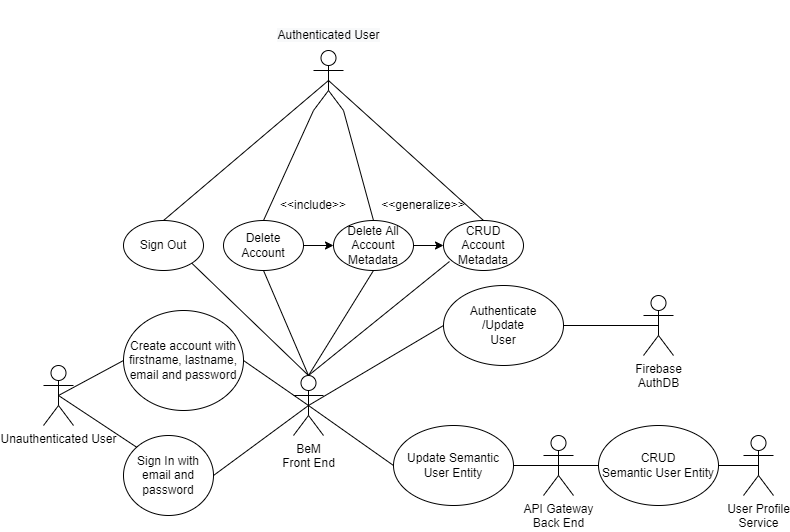
Earlier version of the draw.io export final-deliverables/diagrams/use_case/user_authentication.png (Elaech/Wade-BeM). Source tidied: cells renumbered, new cells last; positions are measured from the earlier drawing's top-left corner, leaving out a move shared by most shapes. The source it was exported from:
```xml
<mxGraphModel>
  <root>
    <mxCell id="0" />
    <mxCell id="1" parent="0" />
    <mxCell id="2" value="Unauthenticated User" style="shape=umlActor;verticalLabelPosition=bottom;verticalAlign=top;html=1;outlineConnect=0;" parent="1" vertex="1">
      <mxGeometry y="345" width="30" height="60" as="geometry" />
    </mxCell>
    <mxCell id="3" value="BeM&lt;br&gt;Front End" style="shape=umlActor;verticalLabelPosition=bottom;verticalAlign=top;html=1;outlineConnect=0;" parent="1" vertex="1">
      <mxGeometry x="250" y="355" width="30" height="60" as="geometry" />
    </mxCell>
    <mxCell id="4" value="User Profile&lt;br&gt;Service" style="shape=umlActor;verticalLabelPosition=bottom;verticalAlign=top;html=1;outlineConnect=0;" parent="1" vertex="1">
      <mxGeometry x="700" y="415" width="30" height="60" as="geometry" />
    </mxCell>
    <mxCell id="5" value="Create account with firstname, lastname, email and password" style="ellipse;whiteSpace=wrap;html=1;" parent="1" vertex="1">
      <mxGeometry x="80" y="290" width="120" height="100" as="geometry" />
    </mxCell>
    <mxCell id="6" style="endArrow=none;html=1;rounded=0;strokeColor=default;exitX=0.5;exitY=0.5;exitDx=0;exitDy=0;exitPerimeter=0;entryX=0;entryY=0.5;entryDx=0;entryDy=0;" parent="1" edge="1" source="2" target="5">
      <mxGeometry relative="1" as="geometry" />
    </mxCell>
    <mxCell id="7" value="Authenticate&lt;br&gt;/Update&lt;br&gt;User" style="ellipse;whiteSpace=wrap;html=1;" parent="1" vertex="1">
      <mxGeometry x="400" y="265" width="120" height="80" as="geometry" />
    </mxCell>
    <mxCell id="8" style="endArrow=none;html=1;rounded=0;strokeColor=default;exitX=0.5;exitY=0.5;exitDx=0;exitDy=0;entryX=1;entryY=0.5;entryDx=0;entryDy=0;exitPerimeter=0;" parent="1" edge="1" source="3" target="5">
      <mxGeometry relative="1" as="geometry" />
    </mxCell>
    <mxCell id="9" value="CRUD&lt;br&gt;Semantic User Entity" style="ellipse;whiteSpace=wrap;html=1;" parent="1" vertex="1">
      <mxGeometry x="555" y="405" width="120" height="80" as="geometry" />
    </mxCell>
    <mxCell id="10" style="endArrow=none;html=1;rounded=0;strokeColor=default;exitX=0;exitY=0.5;exitDx=0;exitDy=0;entryX=0.5;entryY=0.5;entryDx=0;entryDy=0;entryPerimeter=0;" parent="1" edge="1" source="9" target="33">
      <mxGeometry relative="1" as="geometry" />
    </mxCell>
    <mxCell id="11" style="endArrow=none;html=1;rounded=0;strokeColor=default;exitX=0.5;exitY=0.5;exitDx=0;exitDy=0;entryX=1;entryY=0.5;entryDx=0;entryDy=0;exitPerimeter=0;" parent="1" edge="1" source="4" target="9">
      <mxGeometry relative="1" as="geometry" />
    </mxCell>
    <mxCell id="12" value="Sign In with email and password" style="ellipse;whiteSpace=wrap;html=1;" parent="1" vertex="1">
      <mxGeometry x="80" y="415" width="90" height="80" as="geometry" />
    </mxCell>
    <mxCell id="13" style="endArrow=none;html=1;rounded=0;strokeColor=default;exitX=0.5;exitY=0.5;exitDx=0;exitDy=0;exitPerimeter=0;entryX=0;entryY=0;entryDx=0;entryDy=0;" parent="1" edge="1" source="2" target="12">
      <mxGeometry relative="1" as="geometry" />
    </mxCell>
    <mxCell id="14" style="endArrow=none;html=1;rounded=0;strokeColor=default;exitX=1;exitY=0.5;exitDx=0;exitDy=0;entryX=0.5;entryY=0.5;entryDx=0;entryDy=0;entryPerimeter=0;" parent="1" edge="1" source="12" target="3">
      <mxGeometry relative="1" as="geometry" />
    </mxCell>
    <mxCell id="15" style="endArrow=none;html=1;rounded=0;strokeColor=default;exitX=0;exitY=0.5;exitDx=0;exitDy=0;entryX=0.5;entryY=0.5;entryDx=0;entryDy=0;entryPerimeter=0;" parent="1" edge="1" source="7" target="3">
      <mxGeometry relative="1" as="geometry" />
    </mxCell>
    <mxCell id="16" value="Firebase&lt;br&gt;AuthDB" style="shape=umlActor;verticalLabelPosition=bottom;verticalAlign=top;html=1;outlineConnect=0;" parent="1" vertex="1">
      <mxGeometry x="600" y="275" width="30" height="60" as="geometry" />
    </mxCell>
    <mxCell id="17" style="endArrow=none;html=1;rounded=0;entryX=0.5;entryY=0.5;entryDx=0;entryDy=0;entryPerimeter=0;exitX=1;exitY=0.5;exitDx=0;exitDy=0;" parent="1" edge="1" source="7" target="16">
      <mxGeometry relative="1" as="geometry" />
    </mxCell>
    <mxCell id="18" style="shape=umlActor;verticalLabelPosition=bottom;verticalAlign=top;html=1;outlineConnect=0;" parent="1" vertex="1">
      <mxGeometry x="270" y="30" width="30" height="60" as="geometry" />
    </mxCell>
    <mxCell id="19" style="edgeStyle=orthogonalEdgeStyle;rounded=0;jettySize=auto;html=1;entryX=0;entryY=0.5;entryDx=0;entryDy=0;" parent="1" edge="1" source="20" target="37">
      <mxGeometry relative="1" as="geometry" />
    </mxCell>
    <mxCell id="20" value="Delete Account" style="ellipse;whiteSpace=wrap;html=1;" parent="1" vertex="1">
      <mxGeometry x="180" y="200" width="80" height="50" as="geometry" />
    </mxCell>
    <mxCell id="21" style="edgeStyle=orthogonalEdgeStyle;rounded=0;jettySize=auto;html=1;entryX=0;entryY=0.5;entryDx=0;entryDy=0;" parent="1" edge="1" source="37" target="22">
      <mxGeometry relative="1" as="geometry" />
    </mxCell>
    <mxCell id="22" value="CRUD Account&lt;br&gt;Metadata" style="ellipse;whiteSpace=wrap;html=1;" parent="1" vertex="1">
      <mxGeometry x="400" y="200" width="80" height="50" as="geometry" />
    </mxCell>
    <mxCell id="23" value="Sign Out" style="ellipse;whiteSpace=wrap;html=1;" parent="1" vertex="1">
      <mxGeometry x="80" y="200" width="80" height="50" as="geometry" />
    </mxCell>
    <mxCell id="24" value="&amp;lt;&amp;lt;include&amp;gt;&amp;gt;" style="text;html=1;strokeColor=none;fillColor=none;align=center;verticalAlign=middle;whiteSpace=wrap;rounded=0;" parent="1" vertex="1">
      <mxGeometry x="240" y="170" width="60" height="30" as="geometry" />
    </mxCell>
    <mxCell id="25" value="&amp;lt;&amp;lt;generalize&amp;gt;&amp;gt;" style="text;html=1;strokeColor=none;fillColor=none;align=center;verticalAlign=middle;whiteSpace=wrap;rounded=0;" parent="1" vertex="1">
      <mxGeometry x="350" y="170" width="60" height="30" as="geometry" />
    </mxCell>
    <mxCell id="26" style="endArrow=none;html=1;rounded=0;entryX=1;entryY=1;entryDx=0;entryDy=0;entryPerimeter=0;exitX=0.5;exitY=0;exitDx=0;exitDy=0;" parent="1" edge="1" source="37" target="18">
      <mxGeometry relative="1" as="geometry" />
    </mxCell>
    <mxCell id="27" style="endArrow=none;html=1;rounded=0;entryX=0.5;entryY=0.5;entryDx=0;entryDy=0;entryPerimeter=0;exitX=0.5;exitY=0;exitDx=0;exitDy=0;" parent="1" edge="1" source="22" target="18">
      <mxGeometry relative="1" as="geometry" />
    </mxCell>
    <mxCell id="28" style="endArrow=none;html=1;rounded=0;entryX=0;entryY=1;entryDx=0;entryDy=0;entryPerimeter=0;exitX=0.5;exitY=0;exitDx=0;exitDy=0;" parent="1" edge="1" source="20" target="18">
      <mxGeometry relative="1" as="geometry" />
    </mxCell>
    <mxCell id="29" style="endArrow=none;html=1;rounded=0;entryX=0.5;entryY=0.5;entryDx=0;entryDy=0;entryPerimeter=0;exitX=0.5;exitY=0;exitDx=0;exitDy=0;" parent="1" edge="1" source="23" target="18">
      <mxGeometry relative="1" as="geometry" />
    </mxCell>
    <mxCell id="30" value="&#10;&#10;&lt;span style=&quot;color: rgb(0, 0, 0); font-family: helvetica; font-size: 12px; font-style: normal; font-weight: 400; letter-spacing: normal; text-align: center; text-indent: 0px; text-transform: none; word-spacing: 0px; background-color: rgb(248, 249, 250); display: inline; float: none;&quot;&gt;Authenticated User&lt;/span&gt;&#10;&#10;" style="text;html=1;strokeColor=none;fillColor=none;align=center;verticalAlign=middle;whiteSpace=wrap;rounded=0;" parent="1" vertex="1">
      <mxGeometry x="232.5" width="105" height="30" as="geometry" />
    </mxCell>
    <mxCell id="31" style="endArrow=none;html=1;rounded=0;entryX=0.5;entryY=1;entryDx=0;entryDy=0;exitX=0.5;exitY=0;exitDx=0;exitDy=0;exitPerimeter=0;" parent="1" edge="1" source="3" target="20">
      <mxGeometry relative="1" as="geometry" />
    </mxCell>
    <mxCell id="32" style="endArrow=none;html=1;rounded=0;entryX=1;entryY=1;entryDx=0;entryDy=0;exitX=0.5;exitY=0;exitDx=0;exitDy=0;exitPerimeter=0;" parent="1" edge="1" source="3" target="23">
      <mxGeometry relative="1" as="geometry" />
    </mxCell>
    <mxCell id="33" value="API Gateway&lt;br&gt;Back End" style="shape=umlActor;verticalLabelPosition=bottom;verticalAlign=top;html=1;outlineConnect=0;" parent="1" vertex="1">
      <mxGeometry x="500" y="415" width="30" height="60" as="geometry" />
    </mxCell>
    <mxCell id="34" value="Update Semantic&lt;br&gt;User Entity" style="ellipse;whiteSpace=wrap;html=1;" parent="1" vertex="1">
      <mxGeometry x="350" y="405" width="120" height="80" as="geometry" />
    </mxCell>
    <mxCell id="35" style="endArrow=none;html=1;rounded=0;strokeColor=default;exitX=0;exitY=0.5;exitDx=0;exitDy=0;entryX=0.5;entryY=0.5;entryDx=0;entryDy=0;entryPerimeter=0;" parent="1" edge="1" source="34" target="3">
      <mxGeometry relative="1" as="geometry" />
    </mxCell>
    <mxCell id="36" style="endArrow=none;html=1;rounded=0;strokeColor=default;exitX=1;exitY=0.5;exitDx=0;exitDy=0;entryX=0.5;entryY=0.5;entryDx=0;entryDy=0;entryPerimeter=0;" parent="1" edge="1" source="34" target="33">
      <mxGeometry relative="1" as="geometry" />
    </mxCell>
    <mxCell id="37" value="Delete All Account&lt;br&gt;Metadata" style="ellipse;whiteSpace=wrap;html=1;" parent="1" vertex="1">
      <mxGeometry x="290" y="200" width="80" height="50" as="geometry" />
    </mxCell>
    <mxCell id="38" style="endArrow=none;html=1;rounded=0;exitX=0.075;exitY=0.82;exitDx=0;exitDy=0;exitPerimeter=0;entryX=0.5;entryY=0;entryDx=0;entryDy=0;entryPerimeter=0;" parent="1" edge="1" source="22" target="3">
      <mxGeometry relative="1" as="geometry" />
    </mxCell>
    <mxCell id="39" style="endArrow=none;html=1;rounded=0;exitX=0.5;exitY=0;exitDx=0;exitDy=0;exitPerimeter=0;entryX=0.5;entryY=1;entryDx=0;entryDy=0;" parent="1" edge="1" source="3" target="37">
      <mxGeometry relative="1" as="geometry" />
    </mxCell>
  </root>
</mxGraphModel>
```
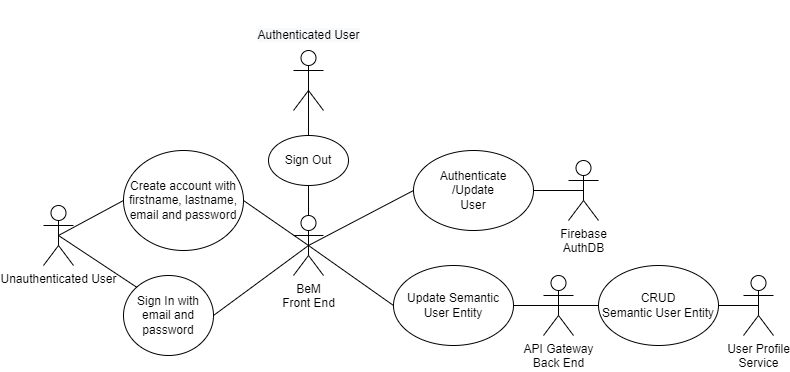
After the change.

Change to the diagram source:
```diff
@@ -18,7 +18,7 @@
       <mxGeometry relative="1" as="geometry" />
     </mxCell>
     <mxCell id="7" value="Authenticate&lt;br&gt;/Update&lt;br&gt;User" style="ellipse;whiteSpace=wrap;html=1;" parent="1" vertex="1">
-      <mxGeometry x="400" y="265" width="120" height="80" as="geometry" />
+      <mxGeometry x="370" y="290" width="120" height="80" as="geometry" />
     </mxCell>
     <mxCell id="8" style="endArrow=none;html=1;rounded=0;strokeColor=default;exitX=0.5;exitY=0.5;exitDx=0;exitDy=0;entryX=1;entryY=0.5;entryDx=0;entryDy=0;exitPerimeter=0;" parent="1" edge="1" source="3" target="5">
       <mxGeometry relative="1" as="geometry" />
@@ -45,54 +45,24 @@
       <mxGeometry relative="1" as="geometry" />
     </mxCell>
     <mxCell id="16" value="Firebase&lt;br&gt;AuthDB" style="shape=umlActor;verticalLabelPosition=bottom;verticalAlign=top;html=1;outlineConnect=0;" parent="1" vertex="1">
-      <mxGeometry x="600" y="275" width="30" height="60" as="geometry" />
+      <mxGeometry x="525" y="300" width="30" height="60" as="geometry" />
     </mxCell>
     <mxCell id="17" style="endArrow=none;html=1;rounded=0;entryX=0.5;entryY=0.5;entryDx=0;entryDy=0;entryPerimeter=0;exitX=1;exitY=0.5;exitDx=0;exitDy=0;" parent="1" edge="1" source="7" target="16">
       <mxGeometry relative="1" as="geometry" />
     </mxCell>
     <mxCell id="18" style="shape=umlActor;verticalLabelPosition=bottom;verticalAlign=top;html=1;outlineConnect=0;" parent="1" vertex="1">
-      <mxGeometry x="270" y="30" width="30" height="60" as="geometry" />
+      <mxGeometry x="250" y="190" width="30" height="60" as="geometry" />
     </mxCell>
-    <mxCell id="19" style="edgeStyle=orthogonalEdgeStyle;rounded=0;jettySize=auto;html=1;entryX=0;entryY=0.5;entryDx=0;entryDy=0;" parent="1" edge="1" source="20" target="37">
-      <mxGeometry relative="1" as="geometry" />
-    </mxCell>
-    <mxCell id="20" value="Delete Account" style="ellipse;whiteSpace=wrap;html=1;" parent="1" vertex="1">
-      <mxGeometry x="180" y="200" width="80" height="50" as="geometry" />
-    </mxCell>
-    <mxCell id="21" style="edgeStyle=orthogonalEdgeStyle;rounded=0;jettySize=auto;html=1;entryX=0;entryY=0.5;entryDx=0;entryDy=0;" parent="1" edge="1" source="37" target="22">
-      <mxGeometry relative="1" as="geometry" />
-    </mxCell>
-    <mxCell id="22" value="CRUD Account&lt;br&gt;Metadata" style="ellipse;whiteSpace=wrap;html=1;" parent="1" vertex="1">
-      <mxGeometry x="400" y="200" width="80" height="50" as="geometry" />
-    </mxCell>
     <mxCell id="23" value="Sign Out" style="ellipse;whiteSpace=wrap;html=1;" parent="1" vertex="1">
-      <mxGeometry x="80" y="200" width="80" height="50" as="geometry" />
+      <mxGeometry x="225" y="275" width="80" height="50" as="geometry" />
     </mxCell>
-    <mxCell id="24" value="&amp;lt;&amp;lt;include&amp;gt;&amp;gt;" style="text;html=1;strokeColor=none;fillColor=none;align=center;verticalAlign=middle;whiteSpace=wrap;rounded=0;" parent="1" vertex="1">
-      <mxGeometry x="240" y="170" width="60" height="30" as="geometry" />
-    </mxCell>
-    <mxCell id="25" value="&amp;lt;&amp;lt;generalize&amp;gt;&amp;gt;" style="text;html=1;strokeColor=none;fillColor=none;align=center;verticalAlign=middle;whiteSpace=wrap;rounded=0;" parent="1" vertex="1">
-      <mxGeometry x="350" y="170" width="60" height="30" as="geometry" />
-    </mxCell>
-    <mxCell id="26" style="endArrow=none;html=1;rounded=0;entryX=1;entryY=1;entryDx=0;entryDy=0;entryPerimeter=0;exitX=0.5;exitY=0;exitDx=0;exitDy=0;" parent="1" edge="1" source="37" target="18">
-      <mxGeometry relative="1" as="geometry" />
-    </mxCell>
-    <mxCell id="27" style="endArrow=none;html=1;rounded=0;entryX=0.5;entryY=0.5;entryDx=0;entryDy=0;entryPerimeter=0;exitX=0.5;exitY=0;exitDx=0;exitDy=0;" parent="1" edge="1" source="22" target="18">
-      <mxGeometry relative="1" as="geometry" />
-    </mxCell>
-    <mxCell id="28" style="endArrow=none;html=1;rounded=0;entryX=0;entryY=1;entryDx=0;entryDy=0;entryPerimeter=0;exitX=0.5;exitY=0;exitDx=0;exitDy=0;" parent="1" edge="1" source="20" target="18">
-      <mxGeometry relative="1" as="geometry" />
-    </mxCell>
     <mxCell id="29" style="endArrow=none;html=1;rounded=0;entryX=0.5;entryY=0.5;entryDx=0;entryDy=0;entryPerimeter=0;exitX=0.5;exitY=0;exitDx=0;exitDy=0;" parent="1" edge="1" source="23" target="18">
       <mxGeometry relative="1" as="geometry" />
     </mxCell>
     <mxCell id="30" value="&#10;&#10;&lt;span style=&quot;color: rgb(0, 0, 0); font-family: helvetica; font-size: 12px; font-style: normal; font-weight: 400; letter-spacing: normal; text-align: center; text-indent: 0px; text-transform: none; word-spacing: 0px; background-color: rgb(248, 249, 250); display: inline; float: none;&quot;&gt;Authenticated User&lt;/span&gt;&#10;&#10;" style="text;html=1;strokeColor=none;fillColor=none;align=center;verticalAlign=middle;whiteSpace=wrap;rounded=0;" parent="1" vertex="1">
-      <mxGeometry x="232.5" width="105" height="30" as="geometry" />
+      <mxGeometry x="212.5" y="160" width="105" height="30" as="geometry" />
     </mxCell>
-    <mxCell id="31" style="endArrow=none;html=1;rounded=0;entryX=0.5;entryY=1;entryDx=0;entryDy=0;exitX=0.5;exitY=0;exitDx=0;exitDy=0;exitPerimeter=0;" parent="1" edge="1" source="3" target="20">
-      <mxGeometry relative="1" as="geometry" />
-    </mxCell>
-    <mxCell id="32" style="endArrow=none;html=1;rounded=0;entryX=1;entryY=1;entryDx=0;entryDy=0;exitX=0.5;exitY=0;exitDx=0;exitDy=0;exitPerimeter=0;" parent="1" edge="1" source="3" target="23">
+    <mxCell id="32" style="endArrow=none;html=1;rounded=0;entryX=0.5;entryY=1;entryDx=0;entryDy=0;exitX=0.5;exitY=0;exitDx=0;exitDy=0;exitPerimeter=0;" parent="1" edge="1" source="3" target="23">
       <mxGeometry relative="1" as="geometry" />
     </mxCell>
     <mxCell id="33" value="API Gateway&lt;br&gt;Back End" style="shape=umlActor;verticalLabelPosition=bottom;verticalAlign=top;html=1;outlineConnect=0;" parent="1" vertex="1">
@@ -107,14 +77,5 @@
     <mxCell id="36" style="endArrow=none;html=1;rounded=0;strokeColor=default;exitX=1;exitY=0.5;exitDx=0;exitDy=0;entryX=0.5;entryY=0.5;entryDx=0;entryDy=0;entryPerimeter=0;" parent="1" edge="1" source="34" target="33">
       <mxGeometry relative="1" as="geometry" />
     </mxCell>
-    <mxCell id="37" value="Delete All Account&lt;br&gt;Metadata" style="ellipse;whiteSpace=wrap;html=1;" parent="1" vertex="1">
-      <mxGeometry x="290" y="200" width="80" height="50" as="geometry" />
-    </mxCell>
-    <mxCell id="38" style="endArrow=none;html=1;rounded=0;exitX=0.075;exitY=0.82;exitDx=0;exitDy=0;exitPerimeter=0;entryX=0.5;entryY=0;entryDx=0;entryDy=0;entryPerimeter=0;" parent="1" edge="1" source="22" target="3">
-      <mxGeometry relative="1" as="geometry" />
-    </mxCell>
-    <mxCell id="39" style="endArrow=none;html=1;rounded=0;exitX=0.5;exitY=0;exitDx=0;exitDy=0;exitPerimeter=0;entryX=0.5;entryY=1;entryDx=0;entryDy=0;" parent="1" edge="1" source="3" target="37">
-      <mxGeometry relative="1" as="geometry" />
-    </mxCell>
   </root>
 </mxGraphModel>
```
